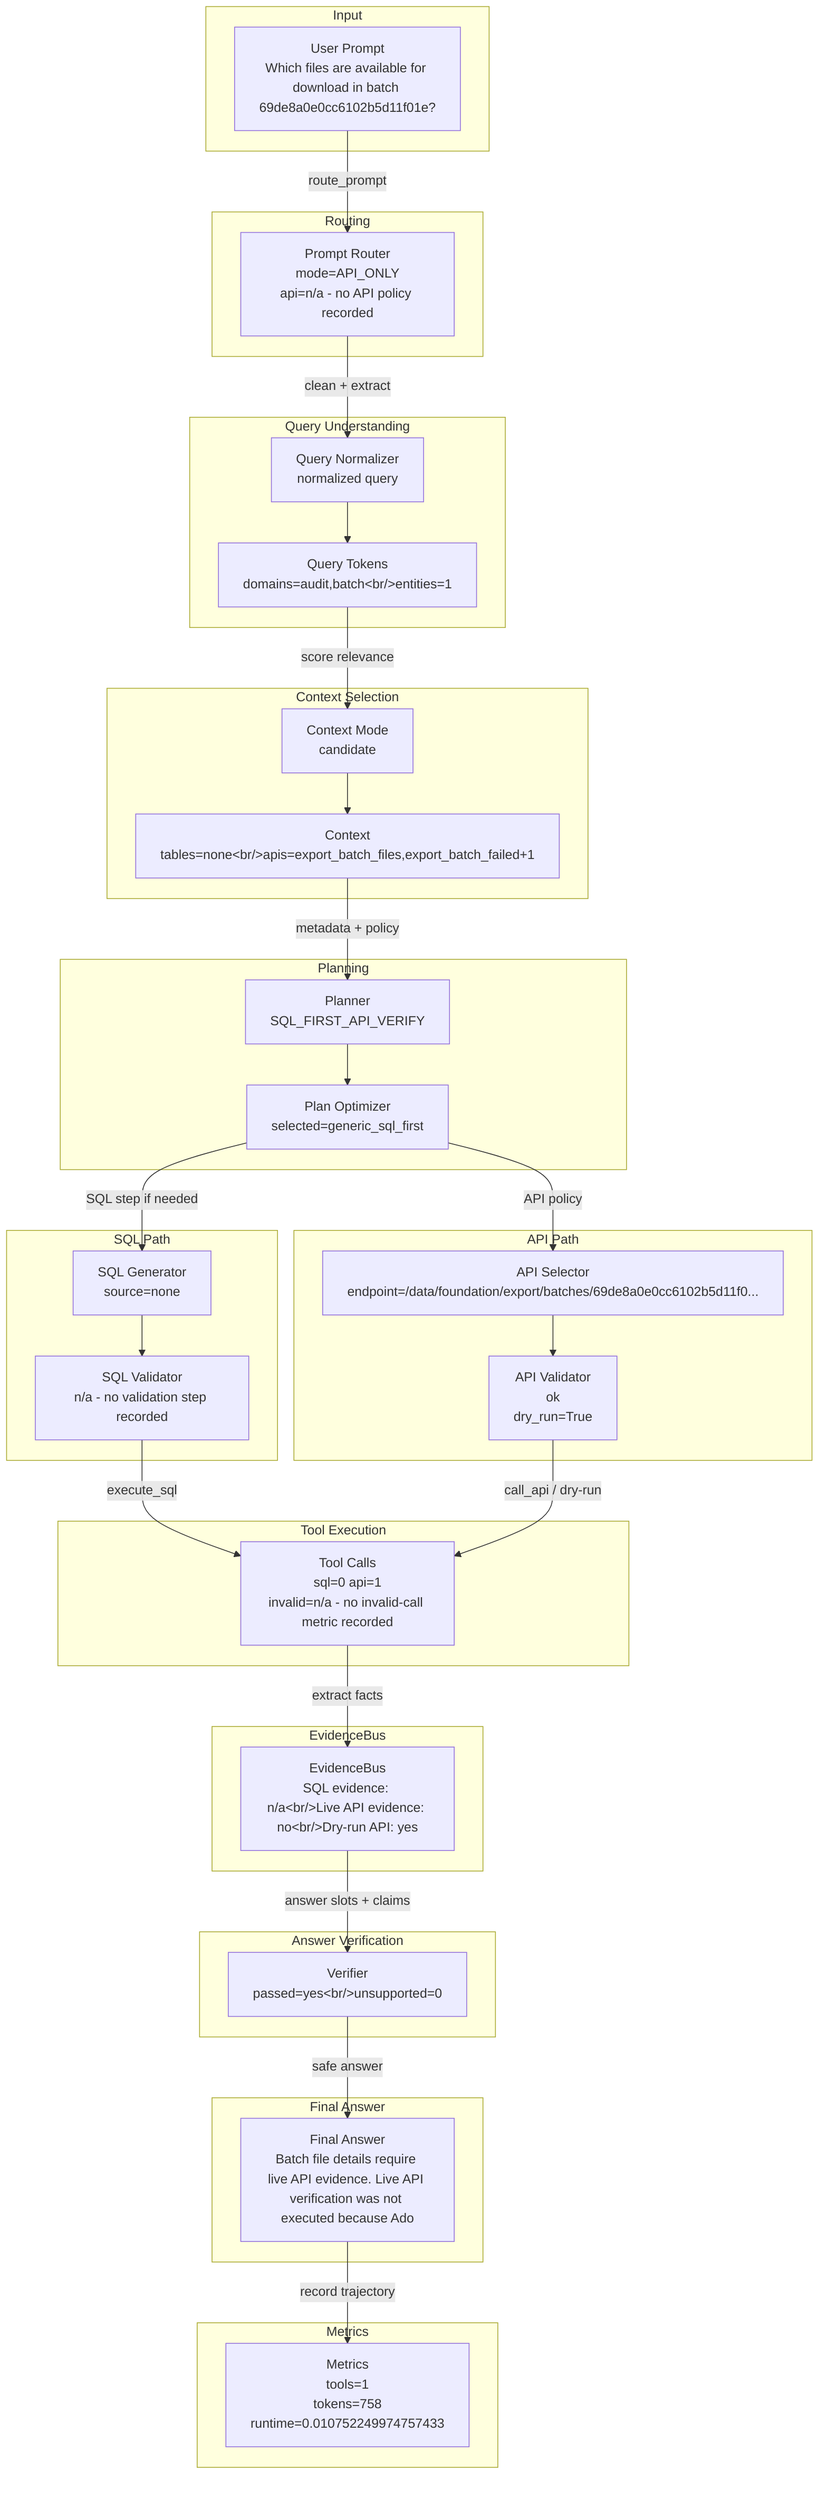
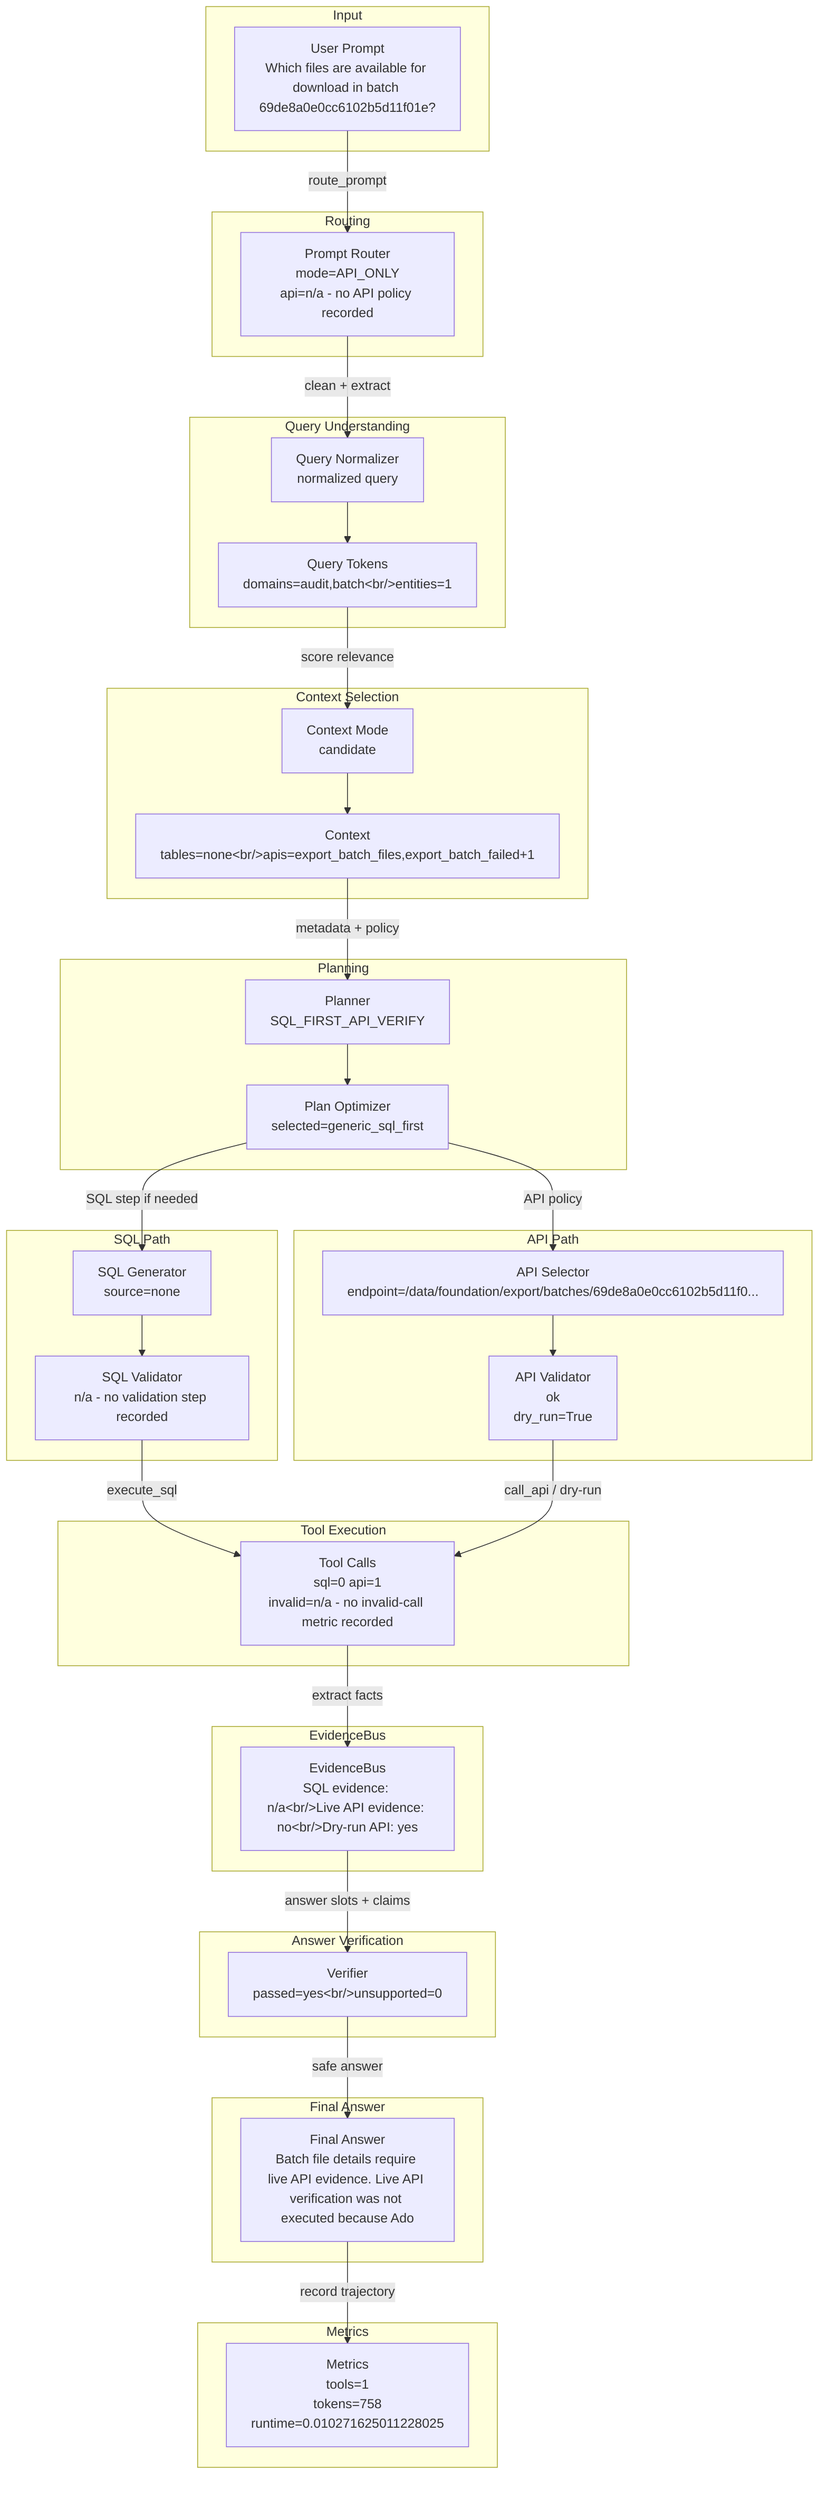
flowchart TD
  subgraph Input
    input_prompt["User Prompt<br/>Which files are available for download in batch 69de8a0e0cc6102b5d11f01e?"]
  end
  subgraph Routing
    router["Prompt Router<br/>mode=API_ONLY<br/>api=n/a - no API policy recorded"]
    input_prompt -->|route_prompt| router
  end
  subgraph QueryUnderstanding["Query Understanding"]
    normalizer["Query Normalizer<br/>normalized query"]
    tokens["Query Tokens<br/>domains=audit,batch&lt;br/&gt;entities=1"]
    router -->|clean + extract| normalizer --> tokens
  end
  subgraph ContextSelection["Context Selection"]
    context["Context Mode<br/>candidate"]
    candidates["Context<br/>tables=none&lt;br/&gt;apis=export_batch_files,export_batch_failed+1"]
    tokens -->|score relevance| context --> candidates
  end
  subgraph Planning
    planner["Planner<br/>SQL_FIRST_API_VERIFY"]
    optimizer["Plan Optimizer<br/>selected=generic_sql_first"]
    candidates -->|metadata + policy| planner --> optimizer
  end
  subgraph SQLPath["SQL Path"]
    sqlgen["SQL Generator<br/>source=none"]
    sqlval["SQL Validator<br/>n/a - no validation step recorded"]
    optimizer -->|SQL step if needed| sqlgen --> sqlval
  end
  subgraph APIPath["API Path"]
    apisel["API Selector<br/>endpoint=/data/foundation/export/batches/69de8a0e0cc6102b5d11f0..."]
    apival["API Validator<br/>ok<br/>dry_run=True"]
    optimizer -->|API policy| apisel --> apival
  end
  subgraph ToolExecution["Tool Execution"]
    tools["Tool Calls<br/>sql=0 api=1<br/>invalid=n/a - no invalid-call metric recorded"]
    sqlval -->|execute_sql| tools
    apival -->|call_api / dry-run| tools
  end
  subgraph EvidenceBus
    evidence["EvidenceBus<br/>SQL evidence: n/a&lt;br/&gt;Live API evidence: no&lt;br/&gt;Dry-run API: yes"]
    tools -->|extract facts| evidence
  end
  subgraph AnswerVerification["Answer Verification"]
    verifier["Verifier<br/>passed=yes&lt;br/&gt;unsupported=0"]
    evidence -->|answer slots + claims| verifier
  end
  subgraph FinalAnswer["Final Answer"]
    answer["Final Answer<br/>Batch file details require live API evidence. Live API verification was not executed because Ado"]
    verifier -->|safe answer| answer
  end
  subgraph Metrics
-     metrics["Metrics<br/>tools=1<br/>tokens=758<br/>runtime=0.010752249974757433"]
+     metrics["Metrics<br/>tools=1<br/>tokens=758<br/>runtime=0.010271625011228025"]
    answer -->|record trajectory| metrics
  end
